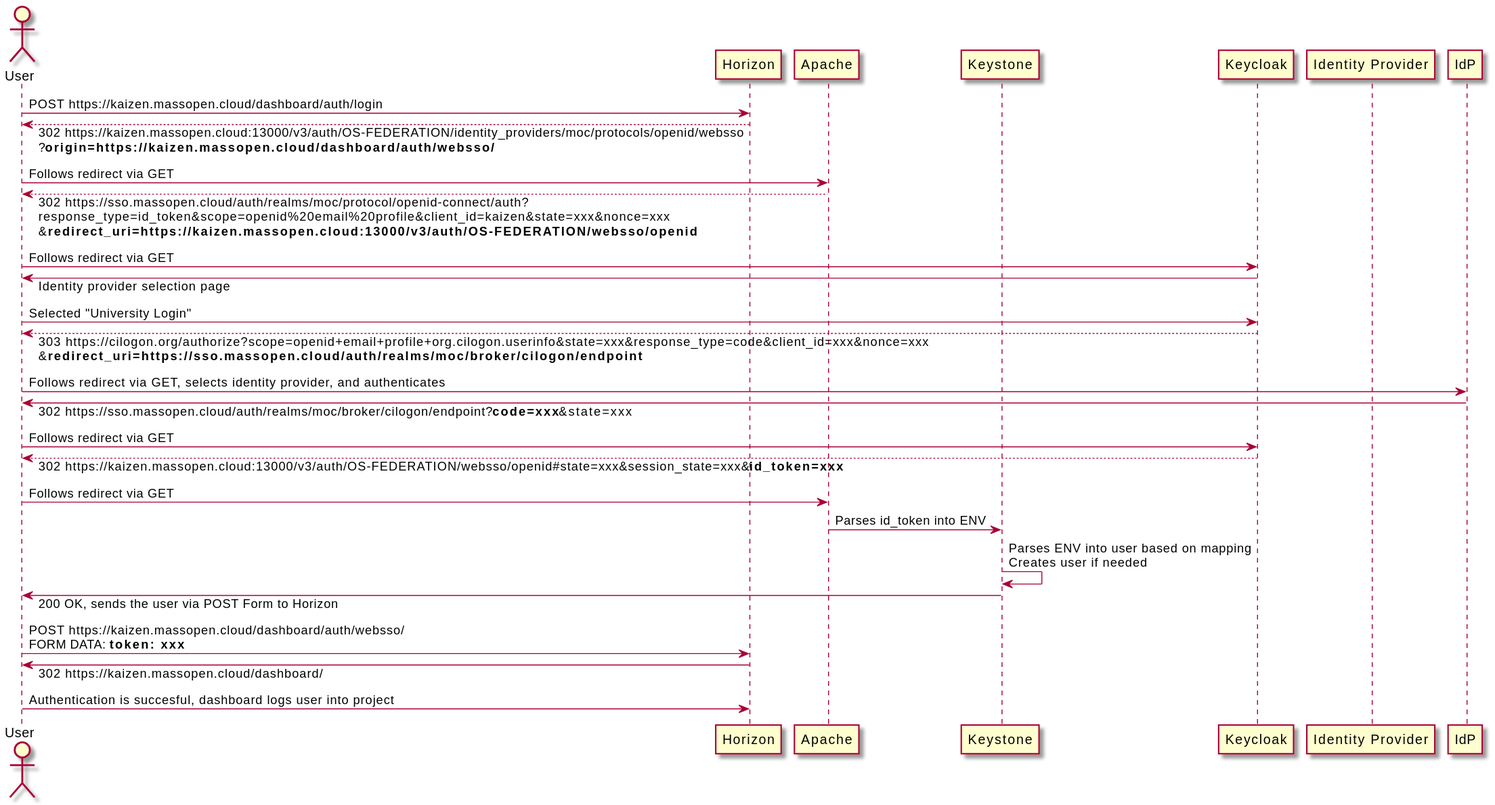
Before: docs/images/openstack/openstack-authn-sequence.svg, a diagram exported from PlantUML (CCI-MOC/sso). The source it was exported from:
```plantuml
@startuml
skinparam responseMessageBelowArrow true

actor User
participant Horizon
participant Apache
participant Keystone
participant Keycloak
participant "Identity Provider" as Idp

User -> Horizon: POST https://kaizen.massopen.cloud/dashboard/auth/login
Horizon --> User: 302 https://kaizen.massopen.cloud:13000/v3/auth/OS-FEDERATION/identity_providers/moc/protocols/openid/websso\n?**origin=https://kaizen.massopen.cloud/dashboard/auth/websso/**
User -> Apache: Follows redirect via GET
Apache --> User: 302 https://sso.massopen.cloud/auth/realms/moc/protocol/openid-connect/auth?\nresponse_type=id_token&scope=openid%20email%20profile&client_id=kaizen&state=xxx&nonce=xxx\n&**redirect_uri=https://kaizen.massopen.cloud:13000/v3/auth/OS-FEDERATION/websso/openid**
User -> Keycloak: Follows redirect via GET
Keycloak -> User: Identity provider selection page
User -> Keycloak: Selected "University Login"
Keycloak --> User: 303 https://cilogon.org/authorize?scope=openid+email+profile+org.cilogon.userinfo&state=xxx&response_type=code&client_id=xxx&nonce=xxx\n&**redirect_uri=https://sso.massopen.cloud/auth/realms/moc/broker/cilogon/endpoint**
User -> IdP: Follows redirect via GET, selects identity provider, and authenticates
IdP -> User: 302 https://sso.massopen.cloud/auth/realms/moc/broker/cilogon/endpoint?**code=xxx**&state=xxx
User -> Keycloak: Follows redirect via GET
Keycloak --> User: 302 https://kaizen.massopen.cloud:13000/v3/auth/OS-FEDERATION/websso/openid#state=xxx&session_state=xxx&**id_token=xxx**
User -> Apache: Follows redirect via GET
Apache -> Keystone: Parses id_token into ENV
Keystone -> Keystone: Parses ENV into user based on mapping\nCreates user if needed
Keystone -> User: 200 OK, sends the user via POST Form to Horizon
User -> Horizon: POST https://kaizen.massopen.cloud/dashboard/auth/websso/\nFORM DATA: **token: xxx**
Horizon -> User: 302 https://kaizen.massopen.cloud/dashboard/
User -> Horizon: Authentication is succesful, dashboard logs user into project
@enduml
```
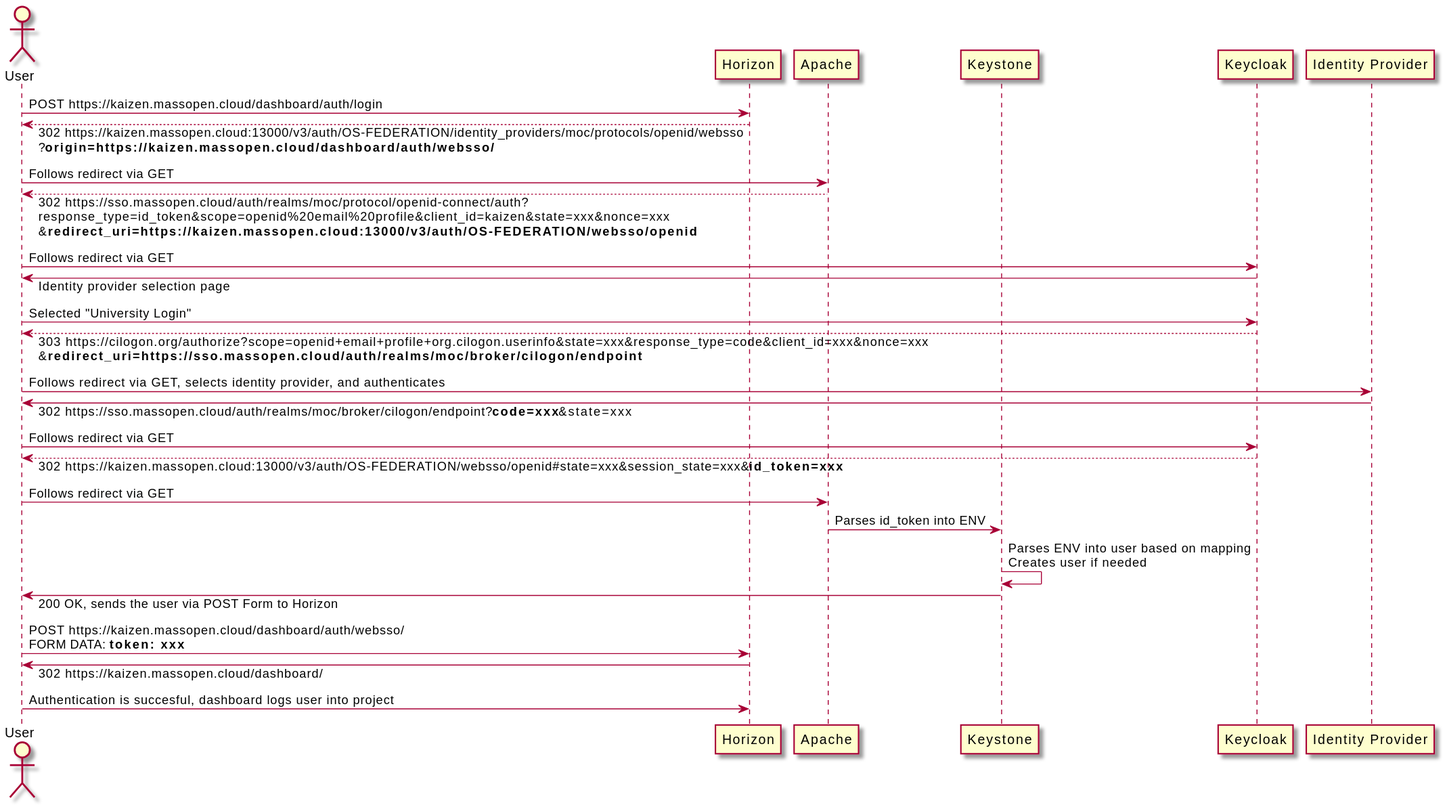
Above is the later version.

Commit message:
Fix two idps in diagram

What changed in the source:
```diff
@@ -16,8 +16,8 @@
 Keycloak -> User: Identity provider selection page
 User -> Keycloak: Selected "University Login"
 Keycloak --> User: 303 https://cilogon.org/authorize?scope=openid+email+profile+org.cilogon.userinfo&state=xxx&response_type=code&client_id=xxx&nonce=xxx\n&**redirect_uri=https://sso.massopen.cloud/auth/realms/moc/broker/cilogon/endpoint**
-User -> IdP: Follows redirect via GET, selects identity provider, and authenticates
-IdP -> User: 302 https://sso.massopen.cloud/auth/realms/moc/broker/cilogon/endpoint?**code=xxx**&state=xxx
+User -> Idp: Follows redirect via GET, selects identity provider, and authenticates
+Idp -> User: 302 https://sso.massopen.cloud/auth/realms/moc/broker/cilogon/endpoint?**code=xxx**&state=xxx
 User -> Keycloak: Follows redirect via GET
 Keycloak --> User: 302 https://kaizen.massopen.cloud:13000/v3/auth/OS-FEDERATION/websso/openid#state=xxx&session_state=xxx&**id_token=xxx**
 User -> Apache: Follows redirect via GET
```
